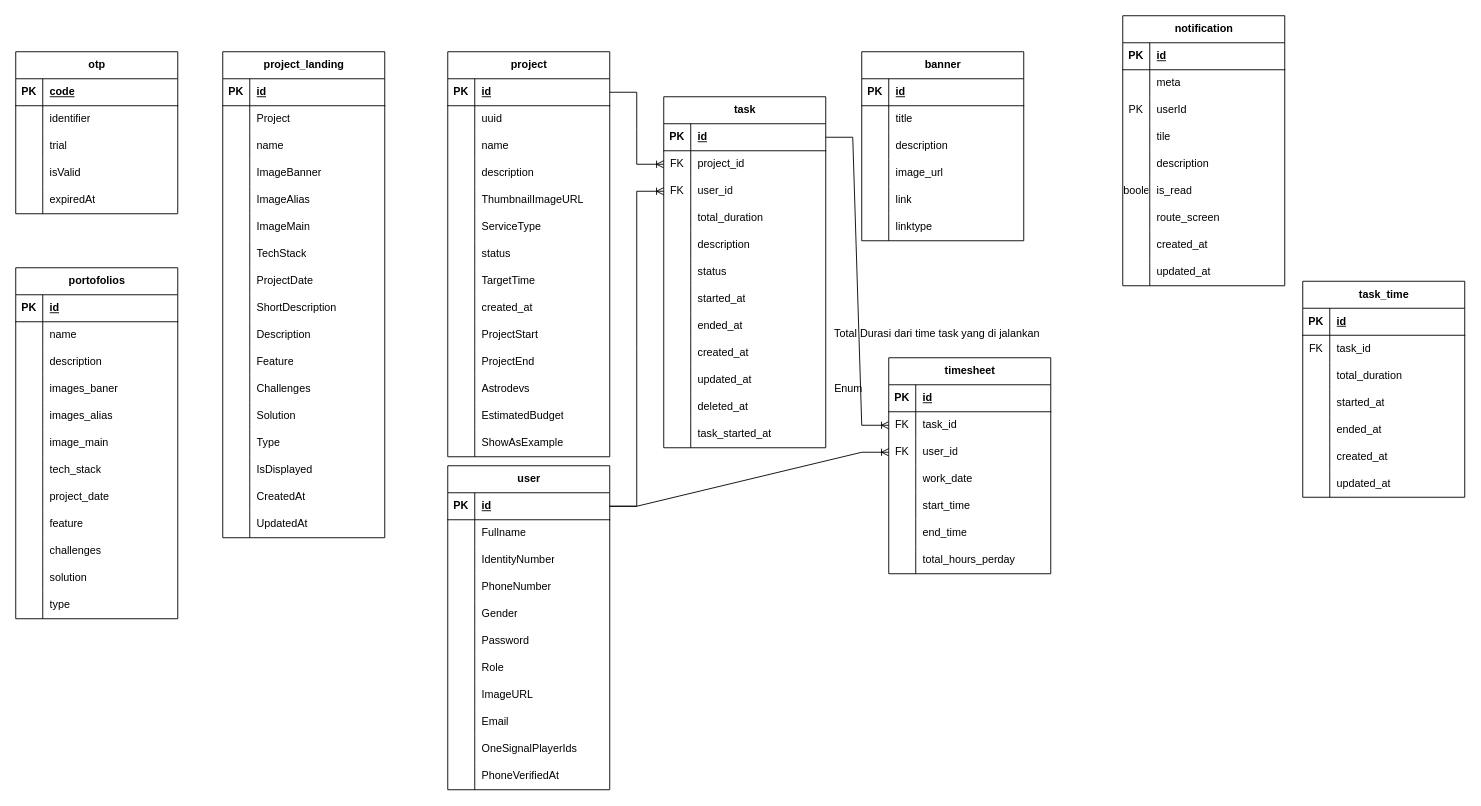
Earlier version of the draw.io diagram starspace/db_codespacex.drawio (DemoNicky/technical-test). Source tidied: cells renumbered, new cells numbered last; positions are measured from the earlier drawing's top-left corner, leaving out a move shared by most shapes. Both pictures are drawn from the tidied source at 90%, with x=0, y=0 at pixel (15, 15).
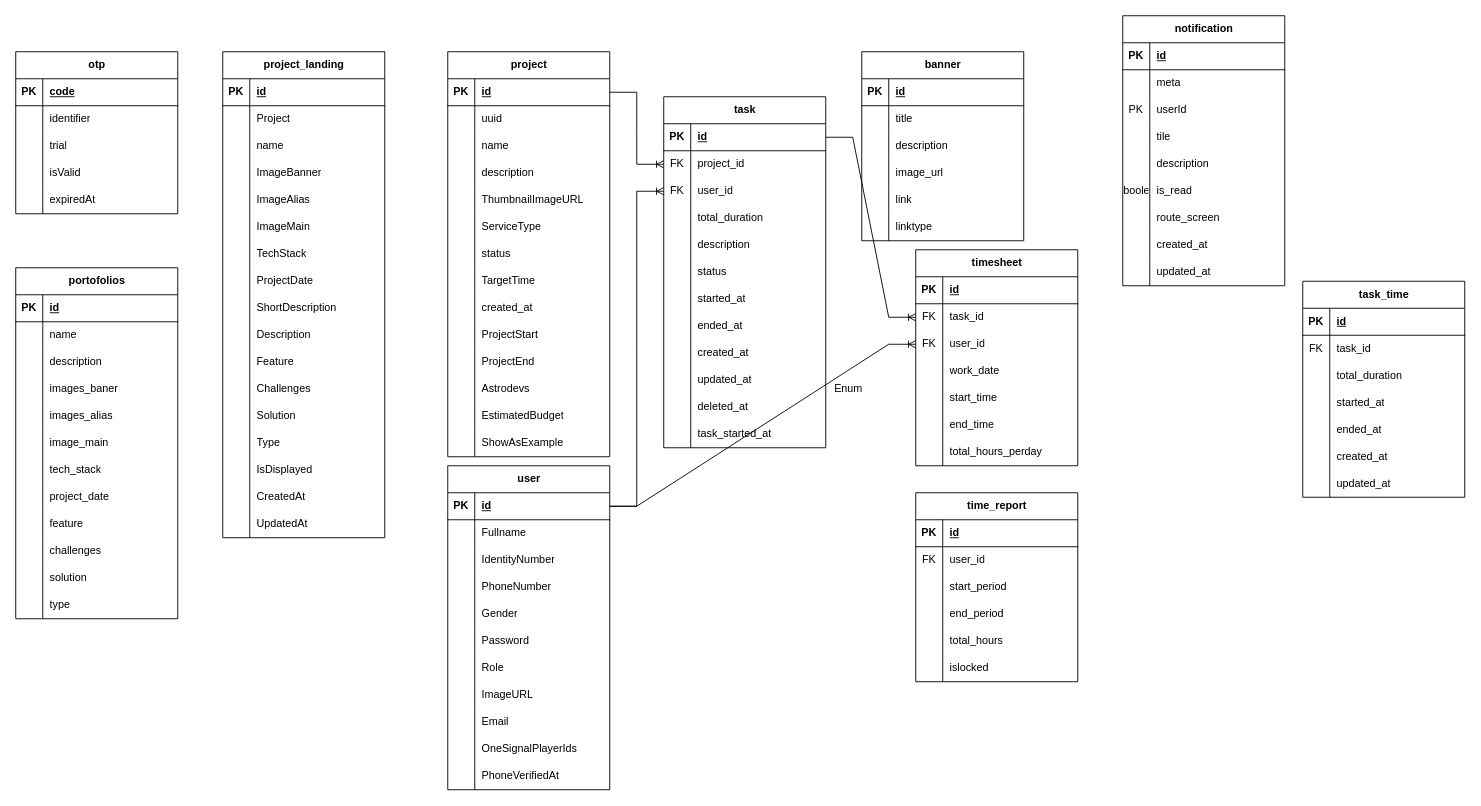
The same page after the edit.

What changed in the source:
```diff
@@
-    <mxCell id="293" value="Total Durasi dari time task yang di jalankan&amp;nbsp;" style="text;html=1;align=center;verticalAlign=middle;strokeColor=none;fillColor=none;" parent="1" vertex="1">
-      <mxGeometry x="900" y="338" width="250" height="30" as="geometry" />
-    </mxCell>
     <mxCell id="294" value="timesheet" style="shape=table;startSize=30;childLayout=tableLayout;rowLines=0;fontStyle=1;align=center;html=1;" parent="1" vertex="1">
-      <mxGeometry x="970" y="380" width="180" height="240" as="geometry" />
+      <mxGeometry x="1000" y="260" width="180" height="240" as="geometry" />
     </mxCell>
@@
+    <mxCell id="318" value="time_report" style="shape=table;startSize=30;childLayout=tableLayout;rowLines=0;fontStyle=1;align=center;html=1;" parent="1" vertex="1">
+      <mxGeometry x="1000" y="530" width="180" height="210" as="geometry" />
+    </mxCell>
+    <mxCell id="319" style="shape=tableRow;horizontal=0;startSize=0;swimlaneHead=0;swimlaneBody=0;fillColor=none;top=0;left=0;right=0;bottom=1;" parent="318" vertex="1">
+      <mxGeometry y="30" width="180" height="30" as="geometry" />
+    </mxCell>
+    <mxCell id="320" value="PK" style="shape=partialRectangle;fillColor=none;top=0;left=0;bottom=0;right=0;fontStyle=1;overflow=hidden;whiteSpace=wrap;html=1;" parent="319" vertex="1">
+      <mxGeometry width="30" height="30" as="geometry" />
+    </mxCell>
+    <mxCell id="321" value="id" style="shape=partialRectangle;fillColor=none;top=0;left=0;bottom=0;right=0;align=left;spacingLeft=6;fontStyle=5;overflow=hidden;whiteSpace=wrap;html=1;" parent="319" vertex="1">
+      <mxGeometry x="30" width="150" height="30" as="geometry" />
+    </mxCell>
+    <mxCell id="322" style="shape=tableRow;horizontal=0;startSize=0;swimlaneHead=0;swimlaneBody=0;fillColor=none;top=0;left=0;right=0;bottom=0;" parent="318" vertex="1">
+      <mxGeometry y="60" width="180" height="30" as="geometry" />
+    </mxCell>
+    <mxCell id="323" value="FK" style="shape=partialRectangle;fillColor=none;top=0;left=0;bottom=0;right=0;overflow=hidden;whiteSpace=wrap;html=1;" parent="322" vertex="1">
+      <mxGeometry width="30" height="30" as="geometry" />
+    </mxCell>
+    <mxCell id="324" value="user_id" style="shape=partialRectangle;fillColor=none;top=0;left=0;bottom=0;right=0;align=left;spacingLeft=6;overflow=hidden;whiteSpace=wrap;html=1;" parent="322" vertex="1">
+      <mxGeometry x="30" width="150" height="30" as="geometry" />
+    </mxCell>
+    <mxCell id="325" style="shape=tableRow;horizontal=0;startSize=0;swimlaneHead=0;swimlaneBody=0;fillColor=none;top=0;left=0;right=0;bottom=0;" parent="318" vertex="1">
+      <mxGeometry y="90" width="180" height="30" as="geometry" />
+    </mxCell>
+    <mxCell id="326" style="shape=partialRectangle;fillColor=none;top=0;left=0;bottom=0;right=0;overflow=hidden;whiteSpace=wrap;html=1;" parent="325" vertex="1">
+      <mxGeometry width="30" height="30" as="geometry" />
+    </mxCell>
+    <mxCell id="327" value="start_period" style="shape=partialRectangle;fillColor=none;top=0;left=0;bottom=0;right=0;align=left;spacingLeft=6;overflow=hidden;whiteSpace=wrap;html=1;" parent="325" vertex="1">
+      <mxGeometry x="30" width="150" height="30" as="geometry" />
+    </mxCell>
+    <mxCell id="328" style="shape=tableRow;horizontal=0;startSize=0;swimlaneHead=0;swimlaneBody=0;fillColor=none;top=0;left=0;right=0;bottom=0;" parent="318" vertex="1">
+      <mxGeometry y="120" width="180" height="30" as="geometry" />
+    </mxCell>
+    <mxCell id="329" style="shape=partialRectangle;fillColor=none;top=0;left=0;bottom=0;right=0;overflow=hidden;whiteSpace=wrap;html=1;" parent="328" vertex="1">
+      <mxGeometry width="30" height="30" as="geometry" />
+    </mxCell>
+    <mxCell id="330" value="end_period" style="shape=partialRectangle;fillColor=none;top=0;left=0;bottom=0;right=0;align=left;spacingLeft=6;overflow=hidden;whiteSpace=wrap;html=1;" parent="328" vertex="1">
+      <mxGeometry x="30" width="150" height="30" as="geometry" />
+    </mxCell>
+    <mxCell id="331" style="shape=tableRow;horizontal=0;startSize=0;swimlaneHead=0;swimlaneBody=0;fillColor=none;top=0;left=0;right=0;bottom=0;" parent="318" vertex="1">
+      <mxGeometry y="150" width="180" height="30" as="geometry" />
+    </mxCell>
+    <mxCell id="332" style="shape=partialRectangle;fillColor=none;top=0;left=0;bottom=0;right=0;overflow=hidden;whiteSpace=wrap;html=1;" parent="331" vertex="1">
+      <mxGeometry width="30" height="30" as="geometry" />
+    </mxCell>
+    <mxCell id="333" value="total_hours" style="shape=partialRectangle;fillColor=none;top=0;left=0;bottom=0;right=0;align=left;spacingLeft=6;overflow=hidden;whiteSpace=wrap;html=1;" parent="331" vertex="1">
+      <mxGeometry x="30" width="150" height="30" as="geometry" />
+    </mxCell>
+    <mxCell id="334" style="shape=tableRow;horizontal=0;startSize=0;swimlaneHead=0;swimlaneBody=0;fillColor=none;top=0;left=0;right=0;bottom=0;" parent="318" vertex="1">
+      <mxGeometry y="180" width="180" height="30" as="geometry" />
+    </mxCell>
+    <mxCell id="335" style="shape=partialRectangle;fillColor=none;top=0;left=0;bottom=0;right=0;overflow=hidden;whiteSpace=wrap;html=1;" parent="334" vertex="1">
+      <mxGeometry width="30" height="30" as="geometry" />
+    </mxCell>
+    <mxCell id="336" value="islocked" style="shape=partialRectangle;fillColor=none;top=0;left=0;bottom=0;right=0;align=left;spacingLeft=6;overflow=hidden;whiteSpace=wrap;html=1;" parent="334" vertex="1">
+      <mxGeometry x="30" width="150" height="30" as="geometry" />
+    </mxCell>
```
